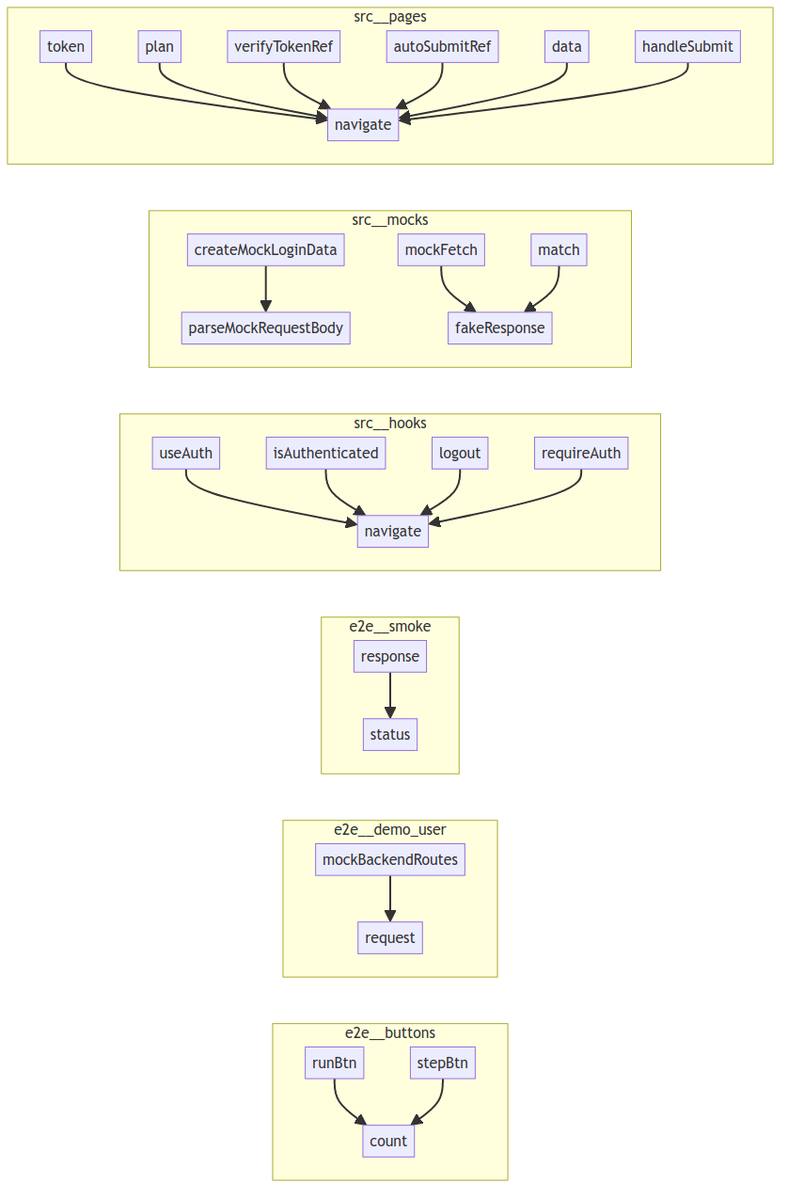
Above: project/calls.png in oqlos/www (Mermaid), before the change. Its source is kept beside it as project/calls.mmd.
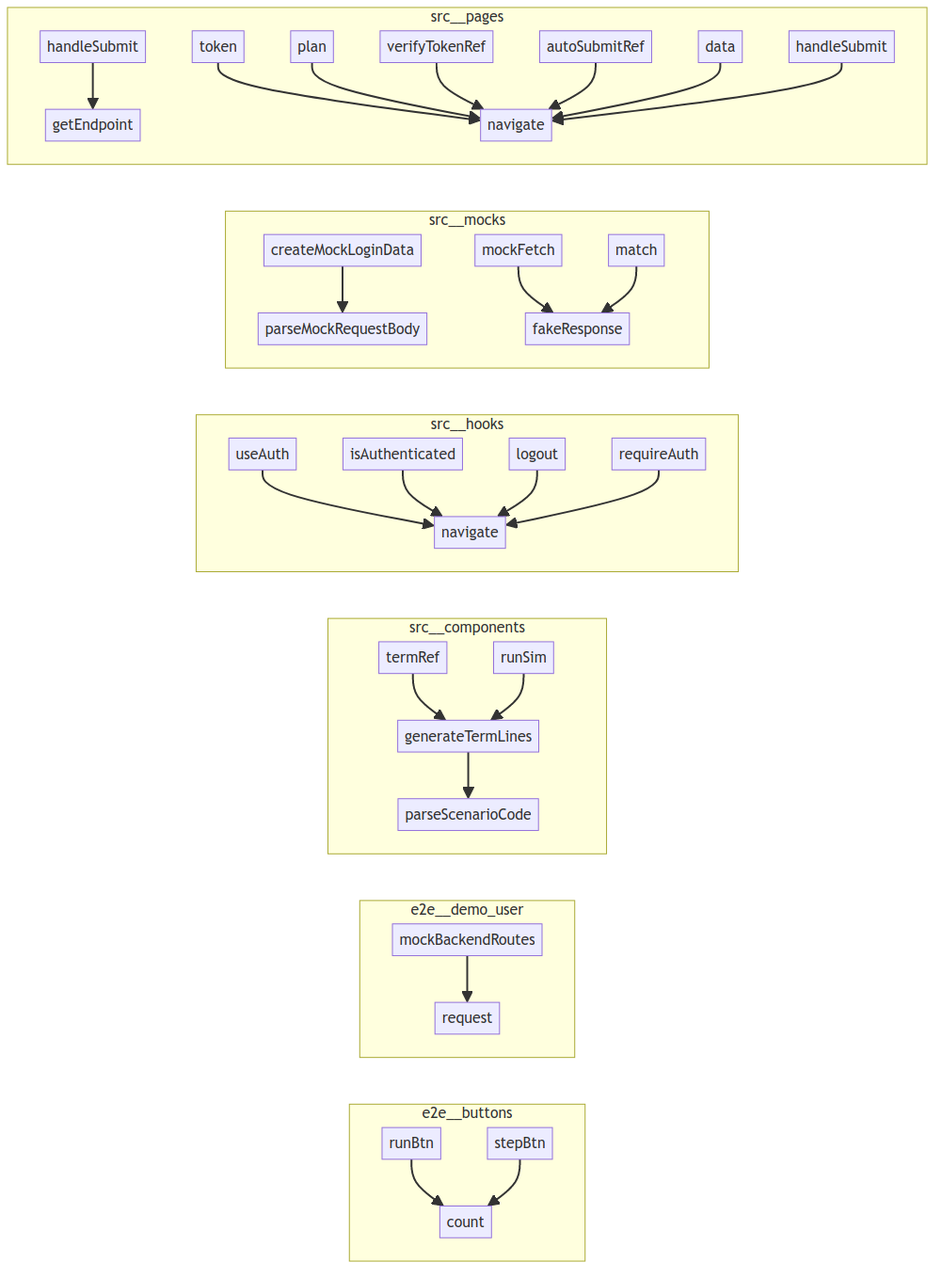
Later version of the same file.

Change to the diagram source:
```diff
@@ -5,40 +5,48 @@
         e2e__buttons__scenarios_buttons__spec__runBtn["runBtn"]
     end
     subgraph e2e__demo_user
+        e2e__demo_user__spec__request["request"]
         e2e__demo_user__spec__mockBackendRoutes["mockBackendRoutes"]
-        e2e__demo_user__spec__request["request"]
     end
-    subgraph e2e__smoke
-        e2e__smoke__spec__status["status"]
-        e2e__smoke__spec__response["response"]
+    subgraph src__components
+        src__components__TerminalSim__generateTermLines["generateTermLines"]
+        src__components__TerminalSim__runSim["runSim"]
+        src__components__TerminalSim__parseScenarioCode["parseScenarioCode"]
+        src__components__TerminalSim__termRef["termRef"]
     end
     subgraph src__hooks
+        src__hooks__useAuth__isAuthenticated["isAuthenticated"]
+        src__hooks__useAuth__navigate["navigate"]
+        src__hooks__useAuth__requireAuth["requireAuth"]
         src__hooks__useAuth__useAuth["useAuth"]
-        src__hooks__useAuth__navigate["navigate"]
-        src__hooks__useAuth__isAuthenticated["isAuthenticated"]
         src__hooks__useAuth__logout["logout"]
-        src__hooks__useAuth__requireAuth["requireAuth"]
     end
     subgraph src__mocks
-        src__mocks__api__createMockLoginData["createMockLoginData"]
         src__mocks__api__match["match"]
         src__mocks__api__mockFetch["mockFetch"]
+        src__mocks__api__parseMockRequestBody["parseMockRequestBody"]
+        src__mocks__api__createMockLoginData["createMockLoginData"]
         src__mocks__api__fakeResponse["fakeResponse"]
-        src__mocks__api__parseMockRequestBody["parseMockRequestBody"]
     end
     subgraph src__pages
         src__pages__Login__autoSubmitRef["autoSubmitRef"]
+        src__pages__Login__data["data"]
+        src__pages__Login__navigate["navigate"]
+        src__pages__NlpConsole__handleSubmit["handleSubmit"]
+        src__pages__NlpConsole__getEndpoint["getEndpoint"]
         src__pages__Login__token["token"]
         src__pages__Login__verifyTokenRef["verifyTokenRef"]
-        src__pages__Login__navigate["navigate"]
+        src__pages__Login__handleSubmit["handleSubmit"]
         src__pages__Login__plan["plan"]
-        src__pages__Login__handleSubmit["handleSubmit"]
-        src__pages__Login__data["data"]
     end
     src__hooks__useAuth__useAuth --> src__hooks__useAuth__navigate
     src__hooks__useAuth__isAuthenticated --> src__hooks__useAuth__navigate
     src__hooks__useAuth__logout --> src__hooks__useAuth__navigate
     src__hooks__useAuth__requireAuth --> src__hooks__useAuth__navigate
+    src__pages__NlpConsole__handleSubmit --> src__pages__NlpConsole__getEndpoint
+    src__components__TerminalSim__generateTermLines --> src__components__TerminalSim__parseScenarioCode
+    src__components__TerminalSim__termRef --> src__components__TerminalSim__generateTermLines
+    src__components__TerminalSim__runSim --> src__components__TerminalSim__generateTermLines
     src__pages__Login__token --> src__pages__Login__navigate
     src__pages__Login__plan --> src__pages__Login__navigate
     src__pages__Login__verifyTokenRef --> src__pages__Login__navigate
@@ -48,7 +56,6 @@
     src__mocks__api__createMockLoginData --> src__mocks__api__parseMockRequestBody
     src__mocks__api__mockFetch --> src__mocks__api__fakeResponse
     src__mocks__api__match --> src__mocks__api__fakeResponse
-    e2e__smoke__spec__response --> e2e__smoke__spec__status
     e2e__demo_user__spec__mockBackendRoutes --> e2e__demo_user__spec__request
     e2e__buttons__scenarios_buttons__spec__runBtn --> e2e__buttons__scenarios_buttons__spec__count
     e2e__buttons__scenarios_buttons__spec__stepBtn --> e2e__buttons__scenarios_buttons__spec__count
```
